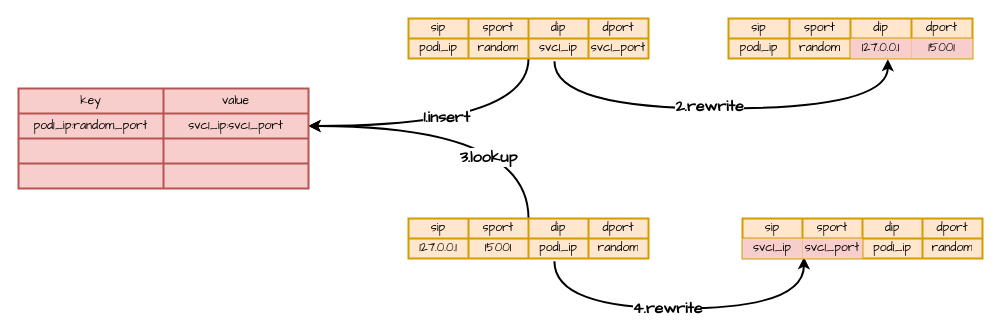
Earlier version of the draw.io diagram egress_key_rewrite.drawio (xu1zhou/Documents). Source tidied: cells renumbered, new cells numbered last; positions are measured from the earlier drawing's top-left corner, leaving out a move shared by most shapes. Both pictures are drawn from the tidied source at 100%, with x=0, y=0 at pixel (18, 18).
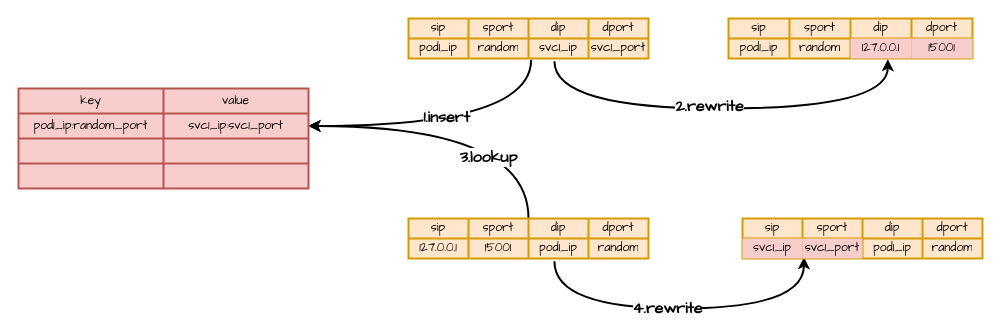
After the change.

The change refers to these unchanged cells:
```xml
<mxCell id="6" style="shape=table;html=1;whiteSpace=wrap;startSize=0;childLayout=tableLayout;shadow=0;fillColor=#ffe6cc;strokeColor=#d79b00;strokeWidth=2;fontFamily=Comic Sans MS;" parent="1" vertex="1">
  <mxGeometry x="390" width="240" height="40" as="geometry" />
</mxCell>
<mxCell id="12" style="shape=partialRectangle;html=1;whiteSpace=wrap;fillColor=none;top=0;left=0;bottom=0;right=0;points=[[0,0.5],[1,0.5]];portConstraint=eastwest;fontFamily=Comic Sans MS;" parent="6" vertex="1">
  <mxGeometry y="20" width="240" height="20" as="geometry" />
</mxCell>
<mxCell id="32" style="shape=table;html=1;whiteSpace=wrap;startSize=0;childLayout=tableLayout;shadow=0;fillColor=#ffe6cc;strokeColor=#d79b00;strokeWidth=2;rounded=0;sketch=0;fontFamily=Comic Sans MS;" parent="1" vertex="1">
  <mxGeometry x="390" y="200" width="240" height="40" as="geometry" />
</mxCell>
<mxCell id="58" style="shape=partialRectangle;html=1;whiteSpace=wrap;fillColor=none;top=0;left=0;bottom=0;right=0;points=[[0,0.5],[1,0.5]];portConstraint=eastwest;fontFamily=Comic Sans MS;" parent="54" vertex="1">
  <mxGeometry y="25" width="290" height="25" as="geometry" />
</mxCell>
```

What changed in the source:
```diff
@@
-    <mxCell id="4" style="edgeStyle=orthogonalEdgeStyle;curved=1;rounded=0;sketch=0;jettySize=auto;html=1;entryX=1;entryY=0.5;entryDx=0;entryDy=0;strokeWidth=2;" parent="1" edge="1" source="6" target="58">
-      <mxGeometry relative="1" as="geometry" />
+    <mxCell id="4" style="edgeStyle=orthogonalEdgeStyle;curved=1;rounded=0;sketch=0;jettySize=auto;html=1;entryX=1;entryY=0.5;entryDx=0;entryDy=0;strokeWidth=2;exitX=0.511;exitY=1.067;exitDx=0;exitDy=0;exitPerimeter=0;" parent="1" edge="1" source="12" target="58">
+      <mxGeometry relative="1" as="geometry">
+        <Array as="points">
+          <mxPoint x="513" y="108" />
+        </Array>
+      </mxGeometry>
     </mxCell>
@@
     <mxCell id="30" style="edgeStyle=orthogonalEdgeStyle;curved=1;rounded=0;sketch=0;jettySize=auto;html=1;entryX=1;entryY=0.5;entryDx=0;entryDy=0;strokeWidth=2;fontFamily=Comic Sans MS;fontSize=16;" parent="1" edge="1" source="32" target="58">
-      <mxGeometry relative="1" as="geometry" />
+      <mxGeometry relative="1" as="geometry">
+        <Array as="points">
+          <mxPoint x="510" y="108" />
+        </Array>
+      </mxGeometry>
     </mxCell>
```
